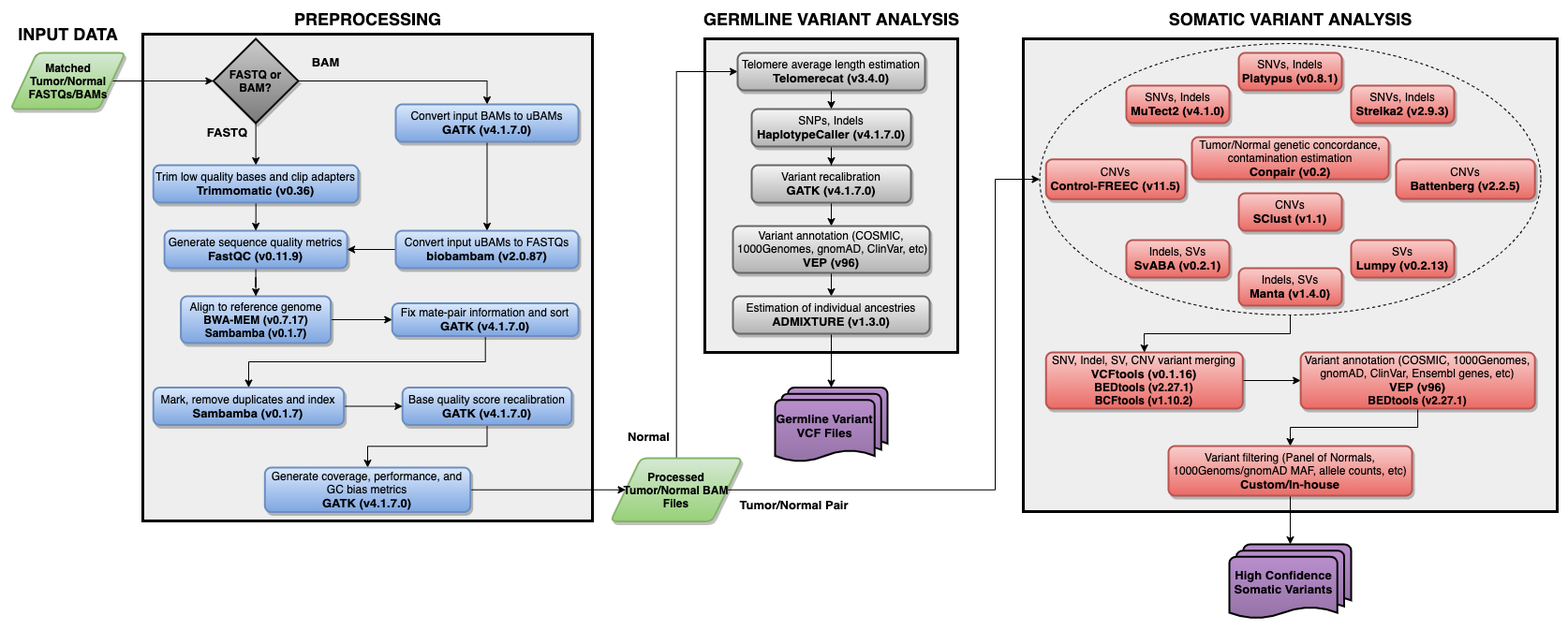
This is MGP1000Pipeline.png from pblaney/mgp1000, a draw.io export, as it was before one commit. Source tidied: cells renumbered, new cells last; positions are measured from the earlier drawing's top-left corner, leaving out a move shared by most shapes.
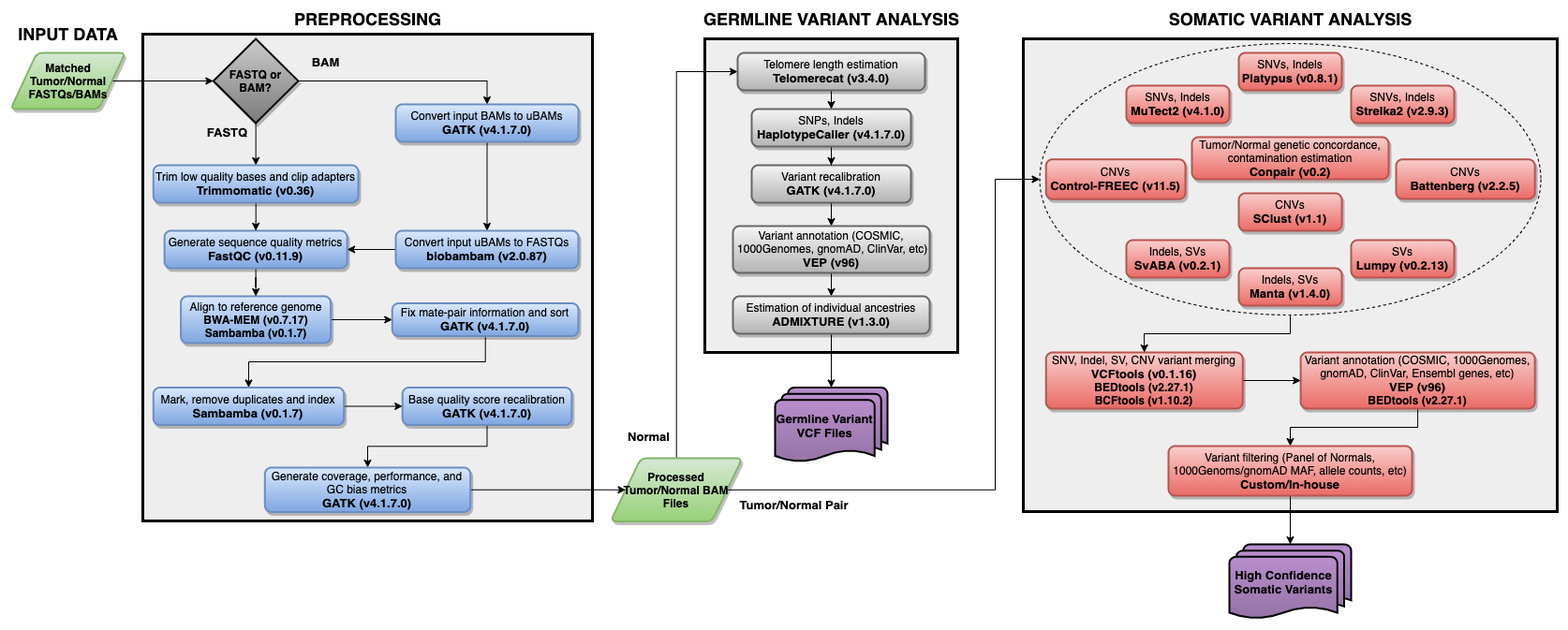
Above is the later version.

Commit message:
slight update to flowchart

Change to the diagram source:
```diff
@@ -73,7 +73,7 @@
     <mxCell id="23" style="edgeStyle=orthogonalEdgeStyle;rounded=0;jettySize=auto;html=1;entryX=0.5;entryY=0;entryDx=0;entryDy=0;" parent="1" edge="1" source="24" target="67">
       <mxGeometry relative="1" as="geometry" />
     </mxCell>
-    <mxCell id="24" value="Telomere average length estimation&lt;br&gt;&lt;b&gt;&lt;font style=&quot;font-size: 13px&quot;&gt;Telomerecat (v3.4.0)&lt;/font&gt;&lt;/b&gt;" style="rounded=1;whiteSpace=wrap;html=1;absoluteArcSize=1;arcSize=14;strokeWidth=2;shadow=1;comic=0;fillColor=#f5f5f5;strokeColor=#666666;gradientColor=#b3b3b3;" parent="1" vertex="1">
+    <mxCell id="24" value="Telomere length estimation&lt;br&gt;&lt;b&gt;&lt;font style=&quot;font-size: 13px&quot;&gt;Telomerecat (v3.4.0)&lt;/font&gt;&lt;/b&gt;" style="rounded=1;whiteSpace=wrap;html=1;absoluteArcSize=1;arcSize=14;strokeWidth=2;shadow=1;comic=0;fillColor=#f5f5f5;strokeColor=#666666;gradientColor=#b3b3b3;" parent="1" vertex="1">
       <mxGeometry x="776" y="46" width="200" height="40" as="geometry" />
     </mxCell>
     <mxCell id="25" value="SNVs, Indels&lt;br&gt;&lt;b&gt;&lt;font style=&quot;font-size: 13px&quot;&gt;Platypus (v0.8.1)&lt;/font&gt;&lt;/b&gt;" style="rounded=1;whiteSpace=wrap;html=1;absoluteArcSize=1;arcSize=14;strokeWidth=2;shadow=1;comic=0;fillColor=#f8cecc;strokeColor=#b85450;gradientColor=#ea6b66;" parent="1" vertex="1">
```
